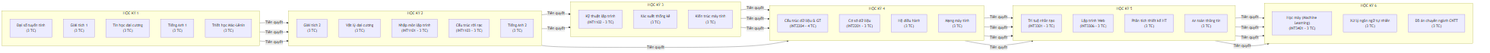
This is Report/image/so_do_cay_tien_quyet_dag.png from hoclaptrinh33/it_student_chatbot, a Mermaid export, as it was before one commit. Its source is kept beside it as Report/diagrams/so_do_cay_tien_quyet_dag.mmd. Source of this version:
```mermaid
flowchart LR
    subgraph K1["HỌC KỲ 1"]
        direction TB
        K1_DSTT["Đại số tuyến tính<br/>(3 TC)"]
        K1_GT1["Giải tích 1<br/>(3 TC)"]
        K1_THDC["Tin học đại cương<br/>(3 TC)"]
        K1_ENG1["Tiếng Anh 1<br/>(3 TC)"]
        K1_TRIET["Triết học Mác-Lênin<br/>(3 TC)"]
    end

    subgraph K2["HỌC KỲ 2"]
        direction TB
        K2_GT2["Giải tích 2<br/>(3 TC)"]
        K2_PHYS["Vật lý đại cương<br/>(3 TC)"]
        K2_NMLT["Nhập môn lập trình<br/>(INT1101 - 3 TC)"]
        K2_CTRR["Cấu trúc rời rạc<br/>(INT1103 - 3 TC)"]
        K2_ENG2["Tiếng Anh 2<br/>(3 TC)"]
    end

    subgraph K3["HỌC KỲ 3"]
        direction TB
        K3_KTLT["Kỹ thuật lập trình<br/>(INT1102 - 3 TC)"]
        K3_XSTK["Xác suất thống kê<br/>(3 TC)"]
        K3_KTMT["Kiến trúc máy tính<br/>(3 TC)"]
    end

    subgraph K4["HỌC KỲ 4"]
        direction TB
        K4_CTDL["Cấu trúc dữ liệu & GT<br/>(INT2204 - 4 TC)"]
        K4_CSDL["Cơ sở dữ liệu<br/>(INT2201 - 3 TC)"]
        K4_HDH["Hệ điều hành<br/>(3 TC)"]
        K4_MMT["Mạng máy tính<br/>(3 TC)"]
    end

    subgraph K5["HỌC KỲ 5"]
        direction TB
        K5_TTNT["Trí tuệ nhân tạo<br/>(INT3301 - 3 TC)"]
        K5_WEB["Lập trình Web<br/>(INT3306 - 3 TC)"]
        K5_PTTK["Phân tích thiết kế HT<br/>(3 TC)"]
        K5_ATTT["An toàn thông tin<br/>(3 TC)"]
    end

    subgraph K6["HỌC KỲ 6"]
        direction TB
        K6_HOCMAY["Học máy (Machine Learning)<br/>(INT3401 - 3 TC)"]
        K6_NLP["Xử lý ngôn ngữ tự nhiên<br/>(3 TC)"]
        K6_DOAN["Đồ án chuyên ngành CNTT<br/>(3 TC)"]
    end

    K1_GT1 -->|"Tiên quyết"| K2_GT2
    K1_THDC -->|"Tiên quyết"| K2_NMLT
    K1_ENG1 -->|"Tiên quyết"| K2_ENG2

    K2_NMLT -->|"Tiên quyết"| K3_KTLT
    K2_GT2 -->|"Tiên quyết"| K3_XSTK

    K3_KTLT -->|"Tiên quyết"| K4_CTDL
    K2_CTRR -->|"Tiên quyết"| K4_CTDL
    K3_KTLT -->|"Tiên quyết"| K4_CSDL
    K3_KTMT -->|"Tiên quyết"| K4_HDH

    K4_CTDL -->|"Tiên quyết"| K5_TTNT
    K4_CSDL -->|"Tiên quyết"| K5_WEB
    K4_CSDL -->|"Tiên quyết"| K5_PTTK
    K4_MMT -->|"Tiên quyết"| K5_ATTT

    K5_TTNT -->|"Tiên quyết"| K6_HOCMAY
    K5_TTNT -->|"Tiên quyết"| K6_NLP
    K5_PTTK -->|"Tiên quyết"| K6_DOAN
    K5_WEB -->|"Tiên quyết"| K6_DOAN
```
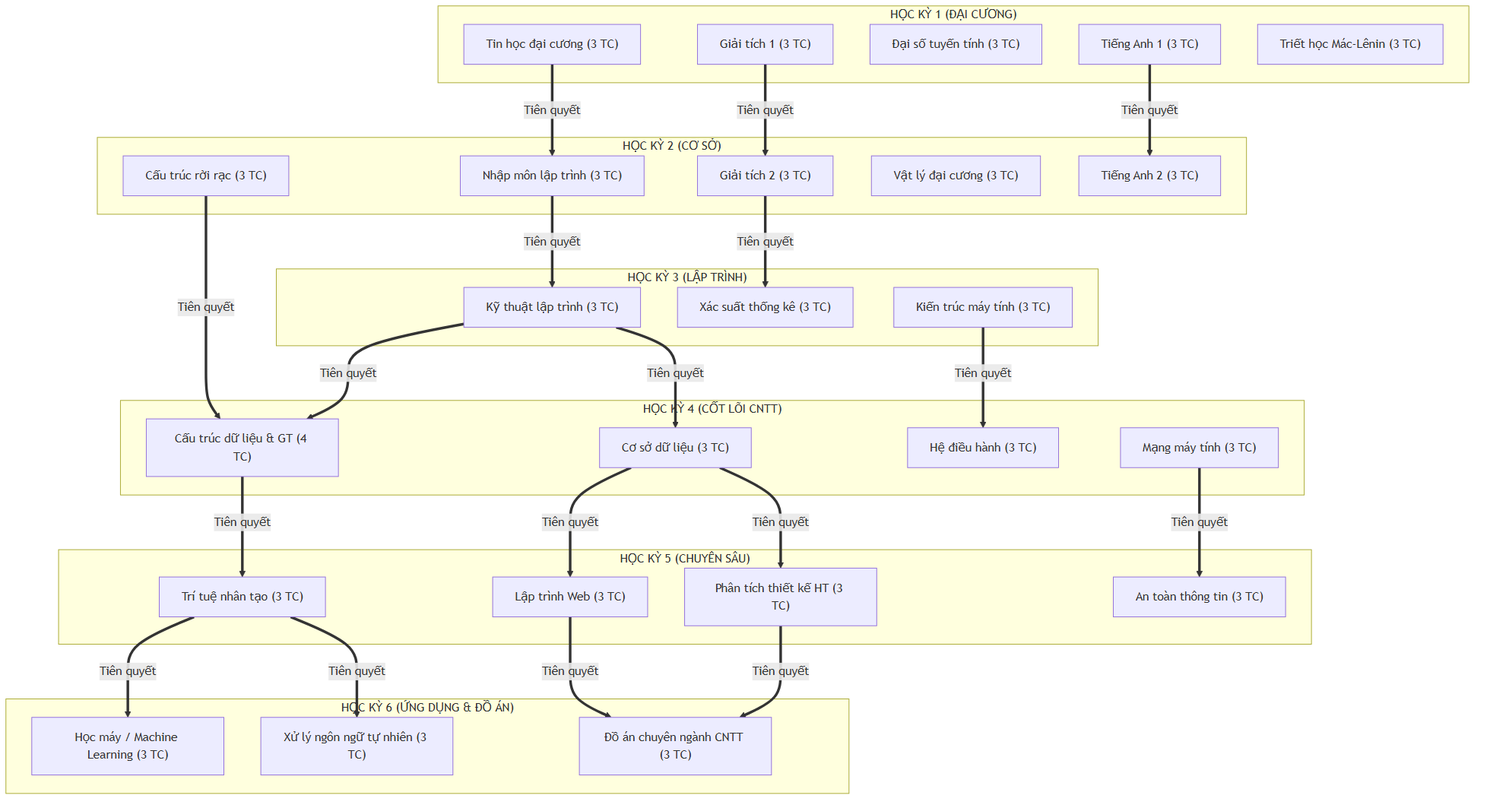
After the change.

The edit, as a diff of the source:
```diff
@@ -1,70 +1,64 @@
-flowchart LR
-    subgraph K1["HỌC KỲ 1"]
-        direction TB
-        K1_DSTT["Đại số tuyến tính<br/>(3 TC)"]
-        K1_GT1["Giải tích 1<br/>(3 TC)"]
-        K1_THDC["Tin học đại cương<br/>(3 TC)"]
-        K1_ENG1["Tiếng Anh 1<br/>(3 TC)"]
-        K1_TRIET["Triết học Mác-Lênin<br/>(3 TC)"]
+flowchart TB
+    subgraph K1["HỌC KỲ 1 (ĐẠI CƯƠNG)"]
+        K1_GT1["Giải tích 1 (3 TC)"]
+        K1_THDC["Tin học đại cương (3 TC)"]
+        K1_DSTT["Đại số tuyến tính (3 TC)"]
+        K1_ENG1["Tiếng Anh 1 (3 TC)"]
+        K1_TRIET["Triết học Mác-Lênin (3 TC)"]
     end
 
-    subgraph K2["HỌC KỲ 2"]
-        direction TB
-        K2_GT2["Giải tích 2<br/>(3 TC)"]
-        K2_PHYS["Vật lý đại cương<br/>(3 TC)"]
-        K2_NMLT["Nhập môn lập trình<br/>(INT1101 - 3 TC)"]
-        K2_CTRR["Cấu trúc rời rạc<br/>(INT1103 - 3 TC)"]
-        K2_ENG2["Tiếng Anh 2<br/>(3 TC)"]
+    subgraph K2["HỌC KỲ 2 (CƠ SỞ)"]
+        K2_GT2["Giải tích 2 (3 TC)"]
+        K2_NMLT["Nhập môn lập trình (3 TC)"]
+        K2_CTRR["Cấu trúc rời rạc (3 TC)"]
+        K2_PHYS["Vật lý đại cương (3 TC)"]
+        K2_ENG2["Tiếng Anh 2 (3 TC)"]
     end
 
-    subgraph K3["HỌC KỲ 3"]
-        direction TB
-        K3_KTLT["Kỹ thuật lập trình<br/>(INT1102 - 3 TC)"]
-        K3_XSTK["Xác suất thống kê<br/>(3 TC)"]
-        K3_KTMT["Kiến trúc máy tính<br/>(3 TC)"]
+    subgraph K3["HỌC KỲ 3 (LẬP TRÌNH)"]
+        K3_KTLT["Kỹ thuật lập trình (3 TC)"]
+        K3_XSTK["Xác suất thống kê (3 TC)"]
+        K3_KTMT["Kiến trúc máy tính (3 TC)"]
     end
 
-    subgraph K4["HỌC KỲ 4"]
-        direction TB
-        K4_CTDL["Cấu trúc dữ liệu & GT<br/>(INT2204 - 4 TC)"]
-        K4_CSDL["Cơ sở dữ liệu<br/>(INT2201 - 3 TC)"]
-        K4_HDH["Hệ điều hành<br/>(3 TC)"]
-        K4_MMT["Mạng máy tính<br/>(3 TC)"]
+    subgraph K4["HỌC KỲ 4 (CỐT LÕI CNTT)"]
+        K4_CTDL["Cấu trúc dữ liệu & GT (4 TC)"]
+        K4_CSDL["Cơ sở dữ liệu (3 TC)"]
+        K4_HDH["Hệ điều hành (3 TC)"]
+        K4_MMT["Mạng máy tính (3 TC)"]
     end
 
-    subgraph K5["HỌC KỲ 5"]
-        direction TB
-        K5_TTNT["Trí tuệ nhân tạo<br/>(INT3301 - 3 TC)"]
-        K5_WEB["Lập trình Web<br/>(INT3306 - 3 TC)"]
-        K5_PTTK["Phân tích thiết kế HT<br/>(3 TC)"]
-        K5_ATTT["An toàn thông tin<br/>(3 TC)"]
+    subgraph K5["HỌC KỲ 5 (CHUYÊN SÂU)"]
+        K5_TTNT["Trí tuệ nhân tạo (3 TC)"]
+        K5_WEB["Lập trình Web (3 TC)"]
+        K5_PTTK["Phân tích thiết kế HT (3 TC)"]
+        K5_ATTT["An toàn thông tin (3 TC)"]
     end
 
-    subgraph K6["HỌC KỲ 6"]
-        direction TB
-        K6_HOCMAY["Học máy (Machine Learning)<br/>(INT3401 - 3 TC)"]
-        K6_NLP["Xử lý ngôn ngữ tự nhiên<br/>(3 TC)"]
-        K6_DOAN["Đồ án chuyên ngành CNTT<br/>(3 TC)"]
+    subgraph K6["HỌC KỲ 6 (ỨNG DỤNG & ĐỒ ÁN)"]
+        K6_HOCMAY["Học máy / Machine Learning (3 TC)"]
+        K6_NLP["Xử lý ngôn ngữ tự nhiên (3 TC)"]
+        K6_DOAN["Đồ án chuyên ngành CNTT (3 TC)"]
     end
 
-    K1_GT1 -->|"Tiên quyết"| K2_GT2
-    K1_THDC -->|"Tiên quyết"| K2_NMLT
-    K1_ENG1 -->|"Tiên quyết"| K2_ENG2
+    K1_GT1 ==>|"Tiên quyết"| K2_GT2
+    K1_THDC ==>|"Tiên quyết"| K2_NMLT
+    K1_ENG1 ==>|"Tiên quyết"| K2_ENG2
 
-    K2_NMLT -->|"Tiên quyết"| K3_KTLT
-    K2_GT2 -->|"Tiên quyết"| K3_XSTK
+    K2_GT2 ==>|"Tiên quyết"| K3_XSTK
+    K2_NMLT ==>|"Tiên quyết"| K3_KTLT
 
-    K3_KTLT -->|"Tiên quyết"| K4_CTDL
-    K2_CTRR -->|"Tiên quyết"| K4_CTDL
-    K3_KTLT -->|"Tiên quyết"| K4_CSDL
-    K3_KTMT -->|"Tiên quyết"| K4_HDH
+    K3_KTLT ==>|"Tiên quyết"| K4_CTDL
+    K2_CTRR ==>|"Tiên quyết"| K4_CTDL
+    K3_KTLT ==>|"Tiên quyết"| K4_CSDL
+    K3_KTMT ==>|"Tiên quyết"| K4_HDH
 
-    K4_CTDL -->|"Tiên quyết"| K5_TTNT
-    K4_CSDL -->|"Tiên quyết"| K5_WEB
-    K4_CSDL -->|"Tiên quyết"| K5_PTTK
-    K4_MMT -->|"Tiên quyết"| K5_ATTT
+    K4_CTDL ==>|"Tiên quyết"| K5_TTNT
+    K4_CSDL ==>|"Tiên quyết"| K5_WEB
+    K4_CSDL ==>|"Tiên quyết"| K5_PTTK
+    K4_MMT ==>|"Tiên quyết"| K5_ATTT
 
-    K5_TTNT -->|"Tiên quyết"| K6_HOCMAY
-    K5_TTNT -->|"Tiên quyết"| K6_NLP
-    K5_PTTK -->|"Tiên quyết"| K6_DOAN
-    K5_WEB -->|"Tiên quyết"| K6_DOAN
+    K5_TTNT ==>|"Tiên quyết"| K6_HOCMAY
+    K5_TTNT ==>|"Tiên quyết"| K6_NLP
+    K5_PTTK ==>|"Tiên quyết"| K6_DOAN
+    K5_WEB ==>|"Tiên quyết"| K6_DOAN
```
